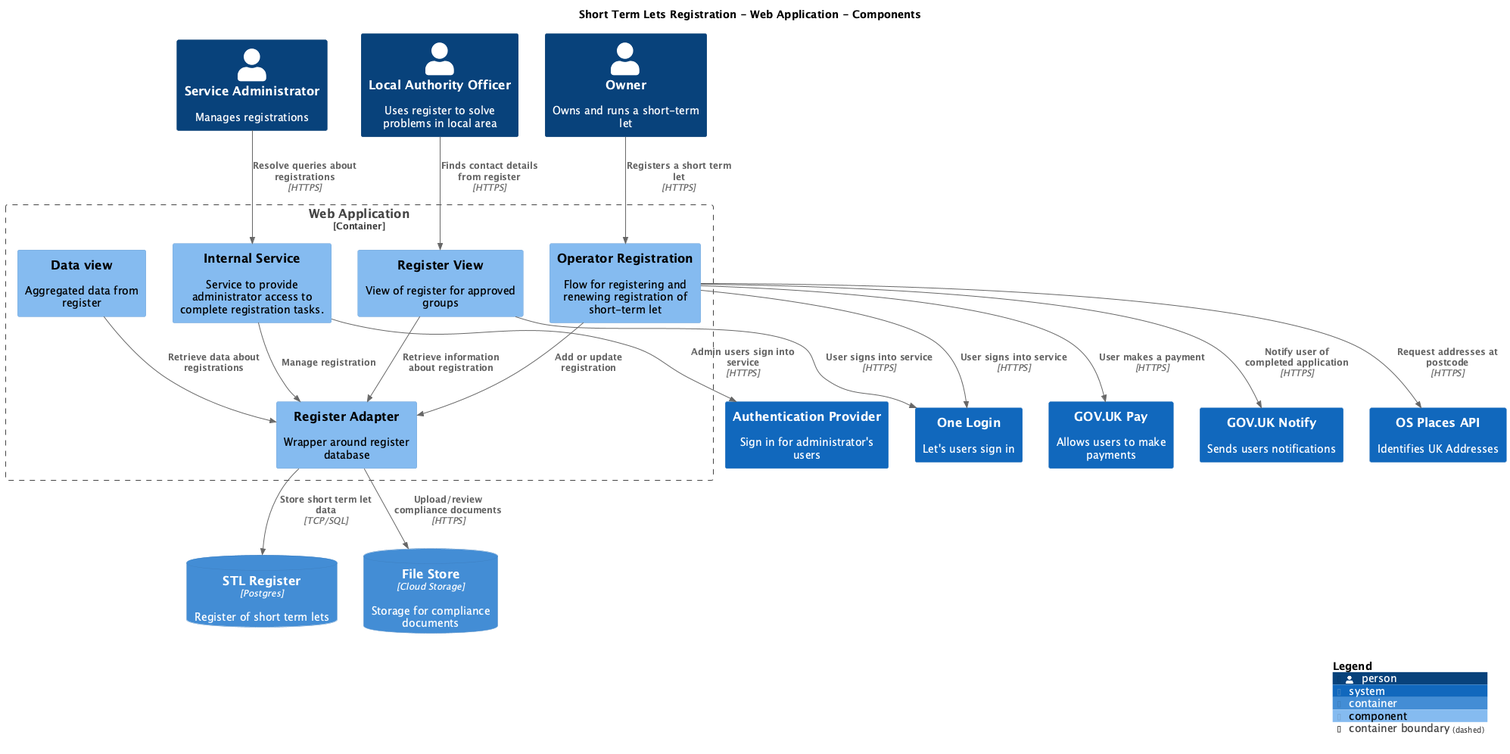
DCMSstats/stl-architecture keeps this PlantUML diagram as main/png/Components.png. Above is the earlier version.
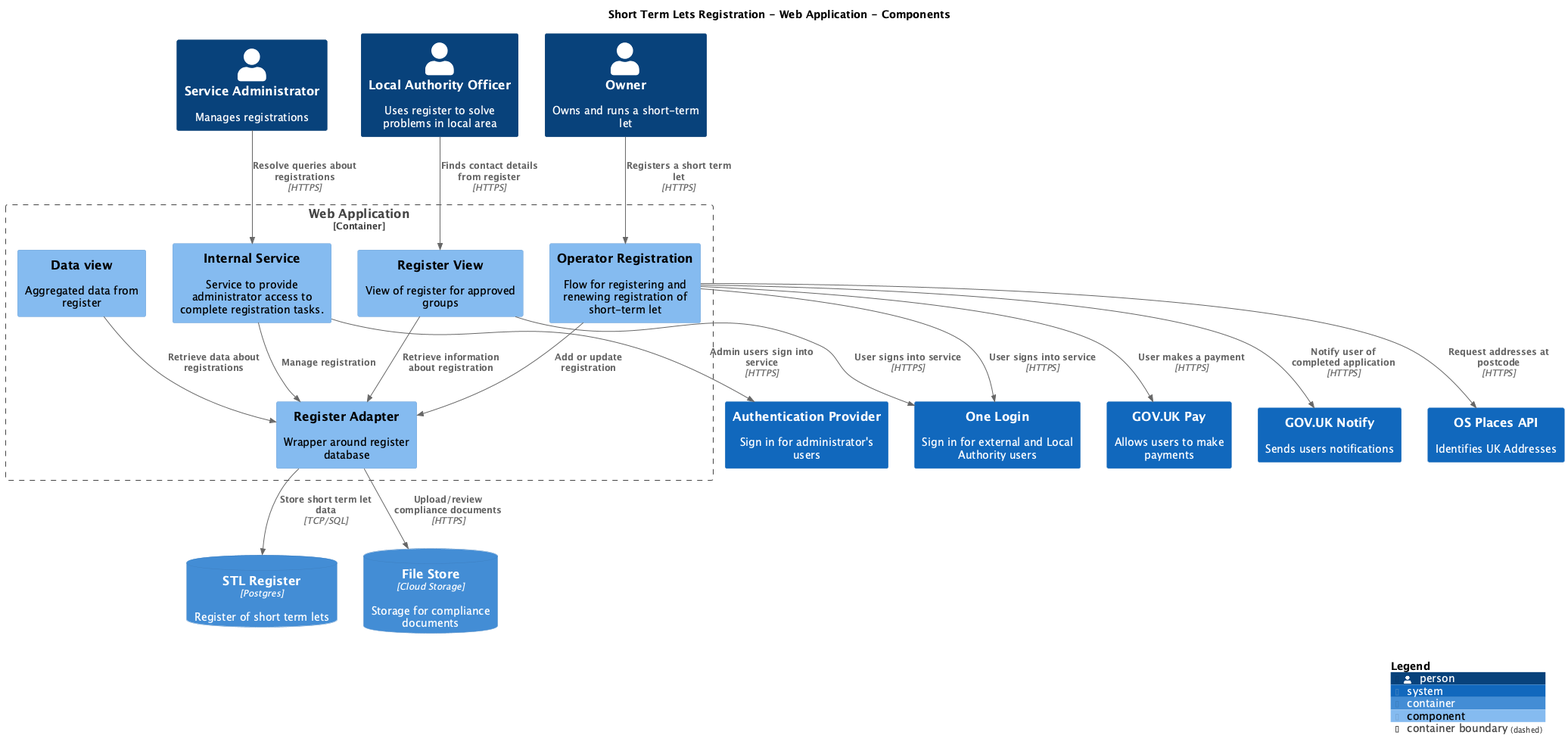
Later version of the same file.

Change to the diagram source:
```diff
@@ -13,7 +13,7 @@
 Person(Owner, "Owner", $descr="Owns and runs a short-term let", $tags="", $link="")
 Person(LocalAuthorityOfficer, "Local Authority Officer", $descr="Uses register to solve problems in local area", $tags="", $link="")
 System(GOVUKPay, "GOV.UK Pay", $descr="Allows users to make payments", $tags="", $link="")
-System(OneLogin, "One Login", $descr="Let's users sign in", $tags="", $link="")
+System(OneLogin, "One Login", $descr="Sign in for external and Local Authority users", $tags="", $link="")
 System(GOVUKNotify, "GOV.UK Notify", $descr="Sends users notifications", $tags="", $link="")
 System(AuthenticationProvider, "Authentication Provider", $descr="Sign in for administrator's users", $tags="", $link="")
 System(OSPlacesAPI, "OS Places API", $descr="Identifies UK Addresses", $tags="", $link="")
```
